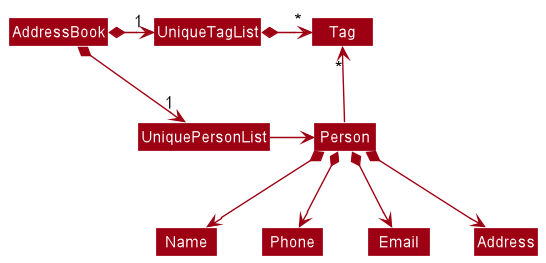
nus-cs2103-AY2122S1/tp keeps this PlantUML diagram as docs/images/BetterModelClassDiagram.png. Above is the earlier version. The source it was exported from:
```plantuml
@startuml
!include style.puml
skinparam arrowThickness 1.1
skinparam arrowColor MODEL_COLOR
skinparam classBackgroundColor MODEL_COLOR

AddressBook *-right-> "1" UniquePersonList
AddressBook *-right-> "1" UniqueTagList
UniqueTagList -[hidden]down- UniquePersonList
UniqueTagList -[hidden]down- UniquePersonList

UniqueTagList *-right-> "*" Tag
UniquePersonList -right-> Person

Person -up-> "*" Tag

Person *--> Name
Person *--> Phone
Person *--> Email
Person *--> Address
@enduml
```
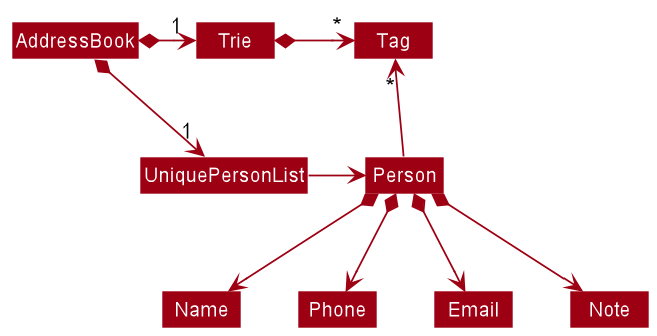
After the change.

Change to the diagram source:
```diff
@@ -4,12 +4,13 @@
 skinparam arrowColor MODEL_COLOR
 skinparam classBackgroundColor MODEL_COLOR
 
+
 AddressBook *-right-> "1" UniquePersonList
-AddressBook *-right-> "1" UniqueTagList
-UniqueTagList -[hidden]down- UniquePersonList
-UniqueTagList -[hidden]down- UniquePersonList
+AddressBook *-right-> "1" Trie
+Trie -[hidden]down- UniquePersonList
+Trie -[hidden]down- UniquePersonList
 
-UniqueTagList *-right-> "*" Tag
+Trie *-right-> "*" Tag
 UniquePersonList -right-> Person
 
 Person -up-> "*" Tag
@@ -17,5 +18,5 @@
 Person *--> Name
 Person *--> Phone
 Person *--> Email
-Person *--> Address
+Person *--> Note
 @enduml
```
